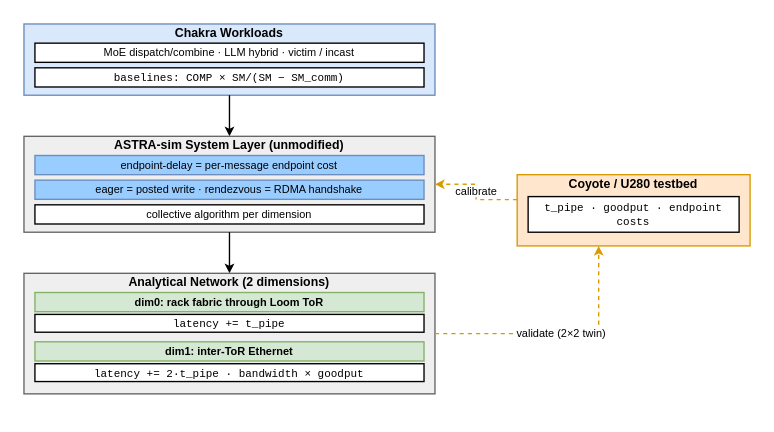
Above: examples/loom/figures/loom-sim-setup.drawio.xml in harshanavkis/astra-sim (draw.io), before the change. Source tidied: cells renumbered, new cells numbered last; positions are measured from the earlier drawing's top-left corner, leaving out a move shared by most shapes. Both pictures are drawn from the tidied source at 137%, with x=0, y=0 at pixel (23, 23).
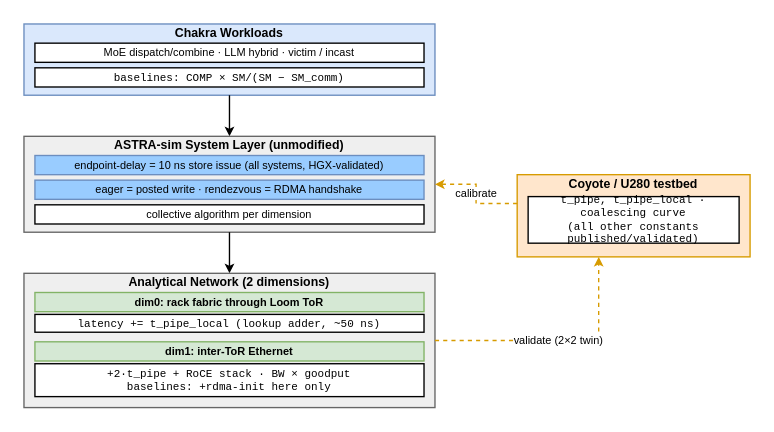
The same page after the edit.

Commit message (it also covers changes not shown here):
loom: local/remote pipeline split + figures updated to current model

The edit, as a diff of the source:
```diff
@@
 <mxGraphModel>
   <root>
     <mxCell id="0" />
     <mxCell id="1" parent="0" />
     <mxCell id="2" value="Chakra Workloads" style="rounded=0;whiteSpace=wrap;html=1;fillColor=#dae8fc;strokeColor=#6c8ebf;verticalAlign=top;spacing=0;fontSize=9;strokeWidth=1;spacingTop=-3;fontStyle=1;" parent="1" vertex="1">
       <mxGeometry width="300" height="52" as="geometry" />
     </mxCell>
     <mxCell id="3" value="MoE dispatch/combine · LLM hybrid · victim / incast" style="rounded=0;whiteSpace=wrap;html=1;fontSize=8;" parent="1" vertex="1">
       <mxGeometry x="8" y="14" width="284" height="14" as="geometry" />
     </mxCell>
     <mxCell id="4" value="baselines: COMP × SM/(SM − SM_comm)" style="rounded=0;whiteSpace=wrap;html=1;fontSize=8;fontFamily=Courier;" parent="1" vertex="1">
       <mxGeometry x="8" y="32" width="284" height="14" as="geometry" />
     </mxCell>
     <mxCell id="5" style="edgeStyle=orthogonalEdgeStyle;rounded=0;jettySize=auto;html=1;endSize=4;startSize=4;exitX=0.5;exitY=1;exitDx=0;exitDy=0;entryX=0.5;entryY=0;entryDx=0;entryDy=0;" parent="1" edge="1" source="2" target="6">
       <mxGeometry relative="1" as="geometry" />
     </mxCell>
     <mxCell id="6" value="ASTRA-sim System Layer (unmodified)" style="rounded=0;whiteSpace=wrap;html=1;fillColor=#EFEFEF;strokeColor=#666666;verticalAlign=top;spacing=0;fontSize=9;strokeWidth=1;spacingTop=-3;fontStyle=1;" parent="1" vertex="1">
       <mxGeometry y="82" width="300" height="70" as="geometry" />
     </mxCell>
-    <mxCell id="7" value="endpoint-delay = per-message endpoint cost" style="rounded=0;whiteSpace=wrap;html=1;fillColor=#99CCFF;strokeColor=#6c8ebf;fontSize=8;" parent="1" vertex="1">
+    <mxCell id="7" value="endpoint-delay = 10 ns store issue (all systems, HGX-validated)" style="rounded=0;whiteSpace=wrap;html=1;fillColor=#99CCFF;strokeColor=#6c8ebf;fontSize=8;" parent="1" vertex="1">
       <mxGeometry x="8" y="96" width="284" height="14" as="geometry" />
     </mxCell>
     <mxCell id="8" value="eager = posted write · rendezvous = RDMA handshake" style="rounded=0;whiteSpace=wrap;html=1;fillColor=#99CCFF;strokeColor=#6c8ebf;fontSize=8;" parent="1" vertex="1">
       <mxGeometry x="8" y="114" width="284" height="14" as="geometry" />
     </mxCell>
     <mxCell id="9" value="collective algorithm per dimension" style="rounded=0;whiteSpace=wrap;html=1;fontSize=8;" parent="1" vertex="1">
       <mxGeometry x="8" y="132" width="284" height="14" as="geometry" />
     </mxCell>
     <mxCell id="10" style="edgeStyle=orthogonalEdgeStyle;rounded=0;jettySize=auto;html=1;endSize=4;startSize=4;exitX=0.5;exitY=1;exitDx=0;exitDy=0;entryX=0.5;entryY=0;entryDx=0;entryDy=0;" parent="1" edge="1" source="6" target="11">
       <mxGeometry relative="1" as="geometry" />
     </mxCell>
     <mxCell id="11" value="Analytical Network (2 dimensions)" style="rounded=0;whiteSpace=wrap;html=1;fillColor=#EFEFEF;strokeColor=#666666;verticalAlign=top;spacing=0;fontSize=9;strokeWidth=1;spacingTop=-3;fontStyle=1;" parent="1" vertex="1">
-      <mxGeometry y="182" width="300" height="88" as="geometry" />
+      <mxGeometry y="182" width="300" height="98" as="geometry" />
     </mxCell>
     <mxCell id="12" value="dim0: rack fabric through Loom ToR" style="rounded=0;whiteSpace=wrap;html=1;fillColor=#d5e8d4;strokeColor=#82b366;fontSize=8;fontStyle=1;" parent="1" vertex="1">
       <mxGeometry x="8" y="196" width="284" height="14" as="geometry" />
     </mxCell>
-    <mxCell id="13" value="latency += t_pipe" style="rounded=0;whiteSpace=wrap;html=1;fontSize=8;fontFamily=Courier;" parent="1" vertex="1">
+    <mxCell id="13" value="latency += t_pipe_local (lookup adder, ~50 ns)" style="rounded=0;whiteSpace=wrap;html=1;fontSize=8;fontFamily=Courier;" parent="1" vertex="1">
       <mxGeometry x="8" y="212" width="284" height="13" as="geometry" />
     </mxCell>
     <mxCell id="14" value="dim1: inter-ToR Ethernet" style="rounded=0;whiteSpace=wrap;html=1;fillColor=#d5e8d4;strokeColor=#82b366;fontSize=8;fontStyle=1;" parent="1" vertex="1">
       <mxGeometry x="8" y="232" width="284" height="14" as="geometry" />
     </mxCell>
-    <mxCell id="15" value="latency += 2·t_pipe · bandwidth × goodput" style="rounded=0;whiteSpace=wrap;html=1;fontSize=8;fontFamily=Courier;" parent="1" vertex="1">
-      <mxGeometry x="8" y="248" width="284" height="13" as="geometry" />
+    <mxCell id="15" value="+2·t_pipe + RoCE stack · BW × goodput&#10;baselines: +rdma-init here only" style="rounded=0;whiteSpace=wrap;html=1;fontSize=8;fontFamily=Courier;" parent="1" vertex="1">
+      <mxGeometry x="8" y="248" width="284" height="24" as="geometry" />
     </mxCell>
     <mxCell id="16" value="Coyote / U280 testbed" style="rounded=0;whiteSpace=wrap;html=1;fillColor=#ffe6cc;strokeColor=#d79b00;verticalAlign=top;spacing=0;fontSize=9;strokeWidth=1;spacingTop=-3;fontStyle=1;" parent="1" vertex="1">
-      <mxGeometry x="360" y="110" width="170" height="52" as="geometry" />
+      <mxGeometry x="360" y="110" width="170" height="60" as="geometry" />
     </mxCell>
-    <mxCell id="17" value="t_pipe · goodput · endpoint costs" style="rounded=0;whiteSpace=wrap;html=1;fontSize=8;fontFamily=Courier;" parent="1" vertex="1">
-      <mxGeometry x="368" y="126" width="154" height="26" as="geometry" />
+    <mxCell id="17" value="t_pipe, t_pipe_local · coalescing curve&#10;(all other constants published/validated)" style="rounded=0;whiteSpace=wrap;html=1;fontSize=8;fontFamily=Courier;" parent="1" vertex="1">
+      <mxGeometry x="368" y="126" width="154" height="34" as="geometry" />
     </mxCell>
     <mxCell id="18" value="calibrate" style="edgeStyle=orthogonalEdgeStyle;rounded=0;jettySize=auto;html=1;endSize=4;startSize=4;dashed=1;strokeColor=#d79b00;fontSize=8;exitX=0;exitY=0.35;exitDx=0;exitDy=0;entryX=1;entryY=0.5;entryDx=0;entryDy=0;" parent="1" edge="1" source="16" target="6">
       <mxGeometry relative="1" as="geometry" />
     </mxCell>
     <mxCell id="19" value="validate (2×2 twin)" style="edgeStyle=orthogonalEdgeStyle;rounded=0;jettySize=auto;html=1;endSize=4;startSize=4;dashed=1;strokeColor=#d79b00;fontSize=8;exitX=1;exitY=0.5;exitDx=0;exitDy=0;entryX=0.35;entryY=1;entryDx=0;entryDy=0;" parent="1" edge="1" source="11" target="16">
       <mxGeometry relative="1" as="geometry" />
     </mxCell>
   </root>
 </mxGraphModel>
```
